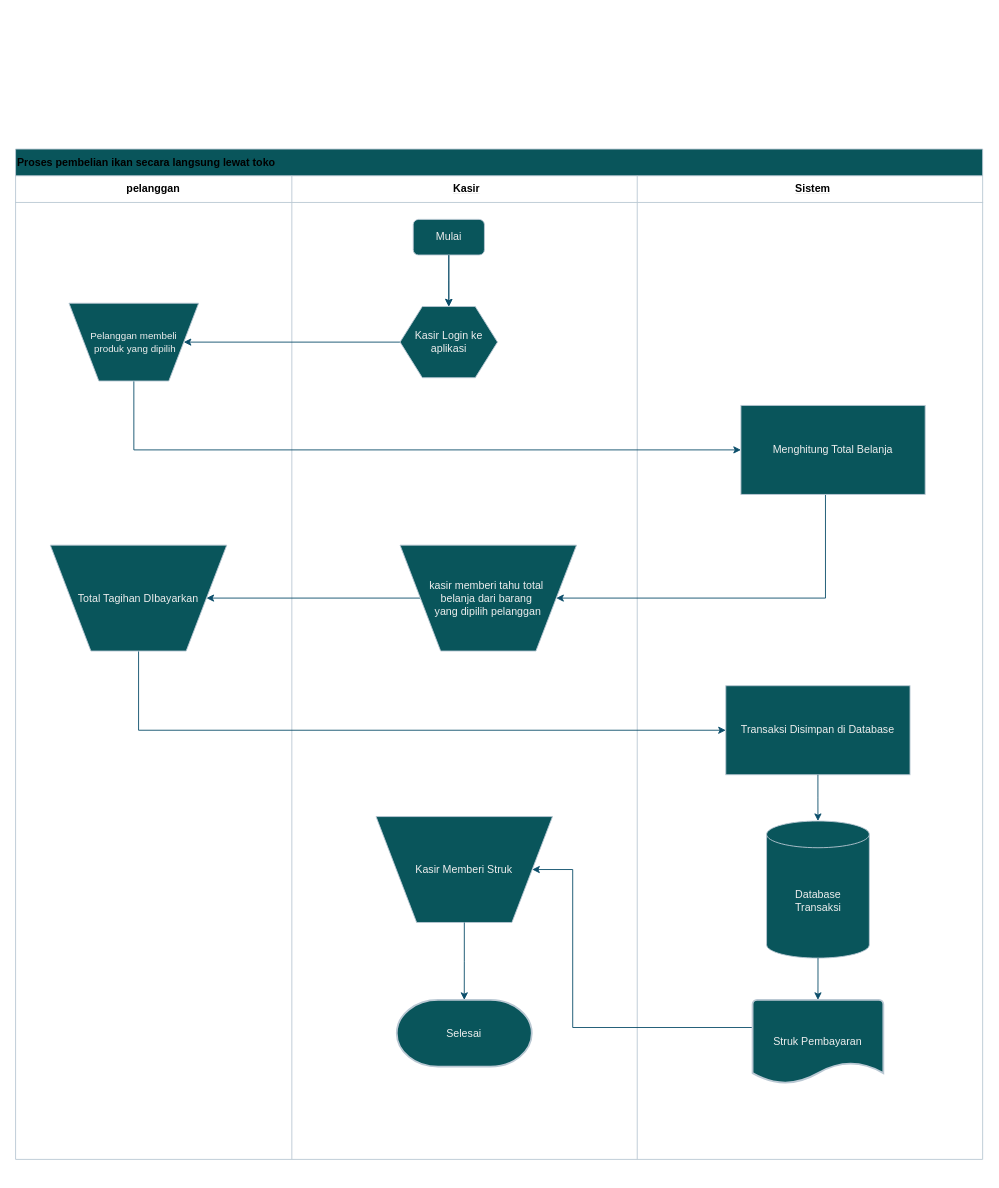
shinoaaa/drawio keeps this draw.io diagram as ikan langsung .drawio. Above is the earlier version. Source tidied: cells renumbered, new cells numbered last; positions are measured from the earlier drawing's top-left corner, leaving out a move shared by most shapes. Both pictures are drawn from the tidied source at 89%, with x=0, y=0 at pixel (15, 149).
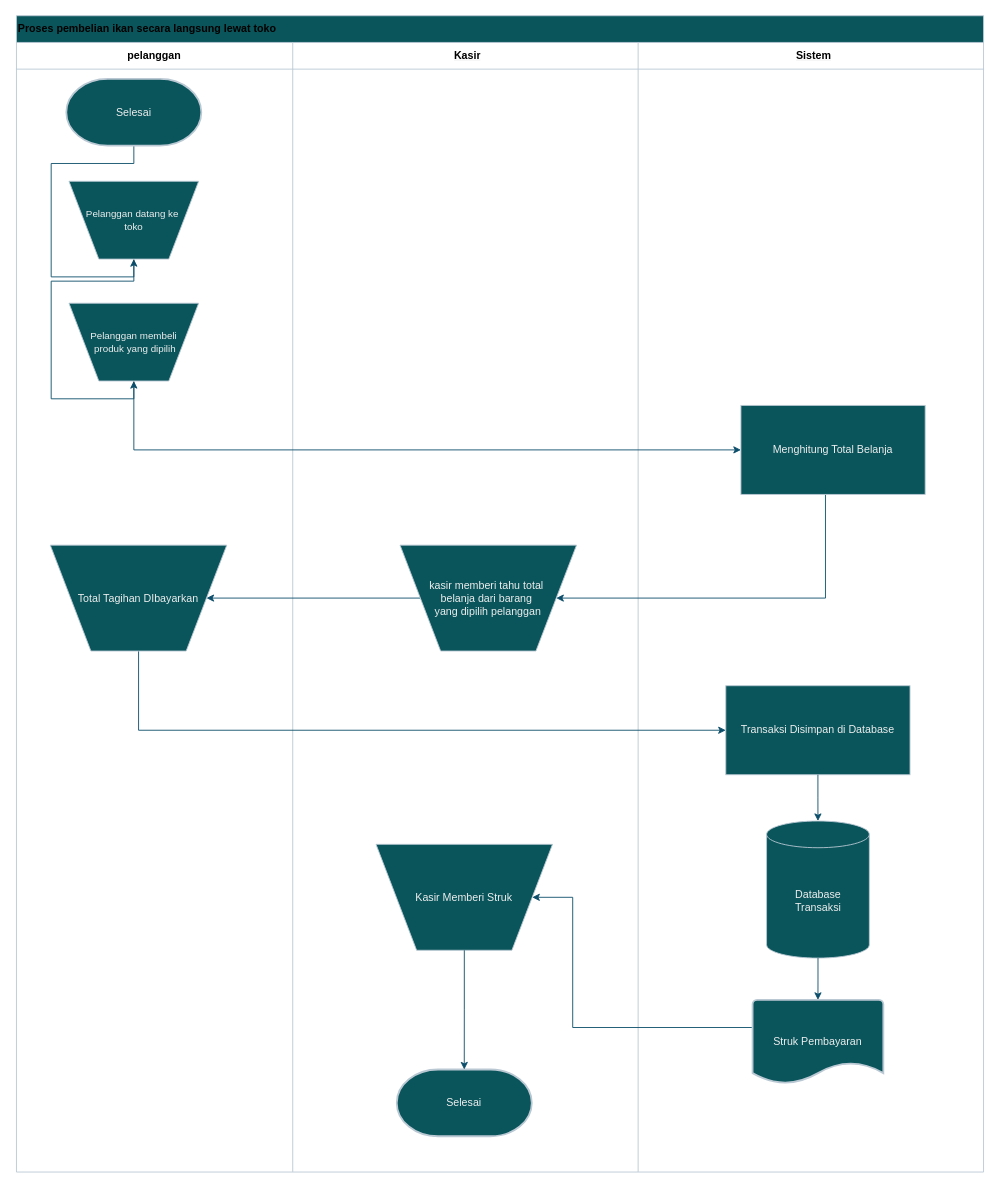
The same diagram, later.

Unchanged cells that the change refers to:
```xml
<mxCell id="3" style="shape=tableRow;horizontal=0;startSize=0;swimlaneHead=0;swimlaneBody=0;fillColor=none;top=0;left=0;right=0;bottom=1;strokeColor=#BAC8D3;labelBackgroundColor=none;fontColor=#EEEEEE;" parent="2" vertex="1">
  <mxGeometry y="30" width="1086.6" height="30" as="geometry" />
</mxCell>
<mxCell id="22" value="Pelanggan membeli&lt;div&gt;&amp;nbsp;produk yang dipilih&lt;/div&gt;" style="verticalLabelPosition=middle;verticalAlign=middle;html=1;shape=trapezoid;perimeter=trapezoidPerimeter;whiteSpace=wrap;size=0.23;arcSize=10;flipV=1;labelPosition=center;align=center;labelBackgroundColor=none;fillColor=#09555B;strokeColor=#BAC8D3;fontColor=#EEEEEE;fontSize=11;" parent="1" vertex="1">
  <mxGeometry x="60" y="173.2" width="145.7" height="87.4" as="geometry" />
</mxCell>
<mxCell id="26" value="Struk Pembayaran" style="strokeWidth=2;html=1;shape=mxgraph.flowchart.document2;whiteSpace=wrap;size=0.25;strokeColor=#BAC8D3;fontColor=#EEEEEE;fillColor=#09555B;labelBackgroundColor=none;" parent="1" vertex="1">
  <mxGeometry x="828.1" y="956" width="146.9" height="94" as="geometry" />
</mxCell>
<mxCell id="29" value="&lt;span style=&quot;font-size: 12px;&quot;&gt;kasir memberi tahu total&amp;nbsp;&lt;/span&gt;&lt;div&gt;&lt;span style=&quot;font-size: 12px;&quot;&gt;belanja dari barang&amp;nbsp;&lt;/span&gt;&lt;/div&gt;&lt;div&gt;&lt;span style=&quot;font-size: 12px;&quot;&gt;yang dipilih pelanggan&lt;/span&gt;&lt;/div&gt;" style="verticalLabelPosition=middle;verticalAlign=middle;html=1;shape=trapezoid;perimeter=trapezoidPerimeter;whiteSpace=wrap;size=0.23;arcSize=10;flipV=1;labelPosition=center;align=center;labelBackgroundColor=none;fillColor=#09555B;strokeColor=#BAC8D3;fontColor=#EEEEEE;fontSize=11;" parent="1" vertex="1">
  <mxGeometry x="432" y="445" width="198.3" height="119" as="geometry" />
</mxCell>
<mxCell id="31" value="Menghitung Total Belanja" style="rounded=0;whiteSpace=wrap;html=1;labelBackgroundColor=none;fillColor=#09555B;strokeColor=#BAC8D3;fontColor=#EEEEEE;" parent="1" vertex="1">
  <mxGeometry x="815" y="288" width="207" height="100" as="geometry" />
</mxCell>
<mxCell id="34" value="Transaksi Disimpan di Database" style="rounded=0;whiteSpace=wrap;html=1;labelBackgroundColor=none;fillColor=#09555B;strokeColor=#BAC8D3;fontColor=#EEEEEE;" parent="1" vertex="1">
  <mxGeometry x="798" y="603" width="207" height="100" as="geometry" />
</mxCell>
<mxCell id="35" value="Database&lt;div&gt;Transaksi&lt;/div&gt;" style="shape=cylinder3;whiteSpace=wrap;html=1;boundedLbl=1;backgroundOutline=1;size=15;labelBackgroundColor=none;fillColor=#09555B;strokeColor=#BAC8D3;fontColor=#EEEEEE;" parent="1" vertex="1">
  <mxGeometry x="843.8" y="755" width="115.5" height="154" as="geometry" />
</mxCell>
```

Diff of the diagram source:
```diff
@@
     <mxCell id="2" value="&lt;font style=&quot;color: light-dark(rgb(0, 0, 0), rgb(252, 252, 252));&quot;&gt;Proses pembelian ikan secara langsung lewat toko&lt;/font&gt;" style="shape=table;startSize=30;childLayout=tableLayout;rowLines=0;fontStyle=1;align=left;html=1;strokeColor=#BAC8D3;labelBackgroundColor=none;fillColor=#09555B;fontColor=#EEEEEE;" parent="1" vertex="1">
-      <mxGeometry width="1086.6" height="1135.2" as="geometry" />
+      <mxGeometry x="1" y="-149.8" width="1086.6" height="1299.2" as="geometry" />
     </mxCell>
@@
-    <mxCell id="6" value="&lt;font style=&quot;color: light-dark(rgb(0, 0, 0), rgb(0, 0, 0));&quot;&gt;Sistem&lt;/font&gt;" style="shape=partialRectangle;fillColor=none;top=0;left=0;bottom=0;right=0;align=center;spacingLeft=6;fontStyle=5;overflow=hidden;whiteSpace=wrap;html=1;labelBackgroundColor=none;strokeColor=light-dark(#BAC8D3,#040405);fontColor=#EEEEEE;" parent="3" vertex="1">
+    <mxCell id="6" value="&lt;font style=&quot;color: light-dark(rgb(0, 0, 0), rgb(0, 0, 0));&quot;&gt;Sistem&lt;/font&gt;" style="shape=partialRectangle;fillColor=none;top=0;left=0;bottom=0;right=0;align=center;spacingLeft=6;fontStyle=5;overflow=hidden;whiteSpace=wrap;html=1;labelBackgroundColor=none;strokeColor=#BAC8D3;fontColor=#EEEEEE;" parent="3" vertex="1">
       <mxGeometry x="698.5" width="388.1" height="30" as="geometry" />
     </mxCell>
     <mxCell id="7" style="shape=tableRow;horizontal=0;startSize=0;swimlaneHead=0;swimlaneBody=0;fillColor=none;top=0;left=0;right=0;bottom=0;labelBackgroundColor=none;strokeColor=#BAC8D3;fontColor=#EEEEEE;" parent="2" vertex="1">
-      <mxGeometry y="60" width="1086.6" height="1075" as="geometry" />
+      <mxGeometry y="60" width="1086.6" height="1239" as="geometry" />
     </mxCell>
     <mxCell id="8" style="shape=partialRectangle;fillColor=none;top=0;left=0;bottom=0;right=0;overflow=hidden;whiteSpace=wrap;html=1;labelBackgroundColor=none;strokeColor=#BAC8D3;fontColor=#EEEEEE;" parent="7" vertex="1">
-      <mxGeometry width="310.4" height="1075" as="geometry" />
+      <mxGeometry width="310.4" height="1239" as="geometry" />
     </mxCell>
     <mxCell id="9" style="shape=partialRectangle;fillColor=none;top=0;left=0;bottom=0;right=0;align=left;spacingLeft=6;overflow=hidden;whiteSpace=wrap;html=1;labelBackgroundColor=none;strokeColor=#BAC8D3;fontColor=#EEEEEE;" parent="7" vertex="1">
-      <mxGeometry x="310.4" width="388.1" height="1075" as="geometry" />
+      <mxGeometry x="310.4" width="388.1" height="1239" as="geometry" />
     </mxCell>
     <mxCell id="10" style="shape=partialRectangle;fillColor=none;top=0;left=0;bottom=0;right=0;align=left;spacingLeft=6;overflow=hidden;whiteSpace=wrap;html=1;labelBackgroundColor=none;strokeColor=#BAC8D3;fontColor=#EEEEEE;" parent="7" vertex="1">
-      <mxGeometry x="698.5" width="388.1" height="1075" as="geometry" />
+      <mxGeometry x="698.5" width="388.1" height="1239" as="geometry" />
     </mxCell>
-    <mxCell id="11" style="edgeStyle=orthogonalEdgeStyle;rounded=0;jettySize=auto;html=1;entryX=0.5;entryY=0;entryDx=0;entryDy=0;fontColor=default;labelBackgroundColor=none;strokeColor=#0B4D6A;" parent="1" edge="1" source="12" target="14">
-      <mxGeometry relative="1" as="geometry" />
-    </mxCell>
-    <mxCell id="12" value="&lt;font&gt;Mulai&lt;/font&gt;" style="rounded=1;whiteSpace=wrap;html=1;fillColor=#09555B;fontColor=#EEEEEE;strokeColor=#BAC8D3;labelBackgroundColor=none;" parent="1" vertex="1">
-      <mxGeometry x="446.8" y="79" width="80" height="40" as="geometry" />
-    </mxCell>
-    <mxCell id="13" style="edgeStyle=orthogonalEdgeStyle;rounded=0;jettySize=auto;html=1;entryX=1;entryY=0.5;entryDx=0;entryDy=0;strokeColor=#0B4D6A;labelBackgroundColor=none;fontColor=default;" parent="1" edge="1" source="14" target="22">
-      <mxGeometry relative="1" as="geometry" />
-    </mxCell>
-    <mxCell id="14" value="&lt;font&gt;Kasir Login ke aplikasi&lt;/font&gt;" style="shape=hexagon;perimeter=hexagonPerimeter2;whiteSpace=wrap;html=1;fixedSize=1;fillColor=#09555B;strokeColor=#BAC8D3;fontColor=#EEEEEE;labelBackgroundColor=none;size=25;" parent="1" vertex="1">
-      <mxGeometry x="432" y="176.9" width="109.5" height="80" as="geometry" />
-    </mxCell>
-    <mxCell id="15" style="edgeStyle=orthogonalEdgeStyle;rounded=0;jettySize=auto;html=1;labelBackgroundColor=none;fontColor=default;strokeColor=#0B4D6A;" parent="1" edge="1" source="12" target="14">
-      <mxGeometry relative="1" as="geometry" />
-    </mxCell>
     <mxCell id="16" style="edgeStyle=orthogonalEdgeStyle;rounded=0;orthogonalLoop=1;jettySize=auto;html=1;entryX=0.5;entryY=0;entryDx=0;entryDy=0;strokeColor=#0B4D6A;labelBackgroundColor=none;fontColor=default;" parent="1" edge="1">
       <mxGeometry relative="1" as="geometry">
-        <mxPoint x="261" y="309" as="targetPoint" />
+        <mxPoint x="261" y="159.2" as="targetPoint" />
       </mxGeometry>
     </mxCell>
     <mxCell id="17" style="edgeStyle=orthogonalEdgeStyle;rounded=0;orthogonalLoop=1;jettySize=auto;html=1;strokeColor=#0B4D6A;labelBackgroundColor=none;fontColor=default;entryX=0.5;entryY=0;entryDx=0;entryDy=0;" parent="1" edge="1">
       <mxGeometry relative="1" as="geometry">
-        <mxPoint x="442.8" y="534" as="sourcePoint" />
+        <mxPoint x="442.8" y="384.2" as="sourcePoint" />
       </mxGeometry>
     </mxCell>
@@
     <mxCell id="20" style="edgeStyle=orthogonalEdgeStyle;rounded=0;orthogonalLoop=1;jettySize=auto;html=1;entryX=0;entryY=0.5;entryDx=0;entryDy=0;strokeColor=#0B4D6A;labelBackgroundColor=none;fontColor=default;" parent="1" edge="1">
       <mxGeometry relative="1" as="geometry">
-        <mxPoint x="392.8" y="670" as="targetPoint" />
+        <mxPoint x="392.8" y="520.2" as="targetPoint" />
       </mxGeometry>
     </mxCell>
@@
     <mxCell id="23" style="edgeStyle=orthogonalEdgeStyle;rounded=0;orthogonalLoop=1;jettySize=auto;html=1;entryX=0;entryY=0.5;entryDx=0;entryDy=0;strokeColor=#0B4D6A;labelBackgroundColor=none;fontColor=default;" parent="1" edge="1">
       <mxGeometry relative="1" as="geometry">
-        <mxPoint x="511.2" y="651.5" as="sourcePoint" />
+        <mxPoint x="511.2" y="501.7" as="sourcePoint" />
       </mxGeometry>
     </mxCell>
     <mxCell id="24" style="edgeStyle=orthogonalEdgeStyle;rounded=0;orthogonalLoop=1;jettySize=auto;html=1;entryX=0.5;entryY=0;entryDx=0;entryDy=0;labelBackgroundColor=none;strokeColor=#0B4D6A;fontColor=default;" parent="1" edge="1">
       <mxGeometry relative="1" as="geometry">
-        <mxPoint x="442.8" y="720" as="sourcePoint" />
+        <mxPoint x="442.8" y="570.2" as="sourcePoint" />
       </mxGeometry>
     </mxCell>
-    <mxCell id="25" style="edgeStyle=orthogonalEdgeStyle;rounded=0;jettySize=auto;html=1;entryX=1;entryY=0.5;entryDx=0;entryDy=0;strokeColor=#0B4D6A;" parent="1" edge="1" source="26" target="36">
+    <mxCell id="25" style="edgeStyle=orthogonalEdgeStyle;rounded=0;jettySize=auto;html=1;entryX=1;entryY=0.5;entryDx=0;entryDy=0;strokeColor=#0B4D6A;labelBackgroundColor=none;fontColor=default;" parent="1" edge="1" source="26" target="36">
       <mxGeometry relative="1" as="geometry">
         <Array as="points">
           <mxPoint x="626" y="987" />
         </Array>
       </mxGeometry>
     </mxCell>
@@
     <mxCell id="27" value="Selesai" style="strokeWidth=2;html=1;shape=mxgraph.flowchart.terminator;whiteSpace=wrap;strokeColor=#BAC8D3;fontColor=#EEEEEE;fillColor=#09555B;labelBackgroundColor=none;" parent="1" vertex="1">
-      <mxGeometry x="428.3" y="956" width="151.7" height="75" as="geometry" />
+      <mxGeometry x="428.3" y="1034.2" width="151.7" height="75" as="geometry" />
     </mxCell>
@@
-    <mxCell id="30" style="edgeStyle=orthogonalEdgeStyle;rounded=0;jettySize=auto;html=1;entryX=1;entryY=0.5;entryDx=0;entryDy=0;strokeColor=#0B4D6A;" parent="1" edge="1" source="31" target="29">
+    <mxCell id="30" style="edgeStyle=orthogonalEdgeStyle;rounded=0;jettySize=auto;html=1;entryX=1;entryY=0.5;entryDx=0;entryDy=0;strokeColor=#0B4D6A;labelBackgroundColor=none;fontColor=default;" parent="1" edge="1" source="31" target="29">
       <mxGeometry relative="1" as="geometry">
         <Array as="points">
           <mxPoint x="910" y="505" />
         </Array>
       </mxGeometry>
     </mxCell>
@@
     <mxCell id="36" value="&lt;span style=&quot;font-size: 12px;&quot;&gt;Kasir Memberi Struk&lt;/span&gt;" style="verticalLabelPosition=middle;verticalAlign=middle;html=1;shape=trapezoid;perimeter=trapezoidPerimeter;whiteSpace=wrap;size=0.23;arcSize=10;flipV=1;labelPosition=center;align=center;labelBackgroundColor=none;fillColor=#09555B;strokeColor=#BAC8D3;fontColor=#EEEEEE;fontSize=11;" parent="1" vertex="1">
-      <mxGeometry x="405" y="750" width="198.3" height="119" as="geometry" />
+      <mxGeometry x="405" y="781.2" width="198.3" height="119" as="geometry" />
     </mxCell>
-    <mxCell id="37" style="edgeStyle=orthogonalEdgeStyle;rounded=0;jettySize=auto;html=1;entryX=0.5;entryY=0;entryDx=0;entryDy=0;entryPerimeter=0;strokeColor=#0B4D6A;" parent="1" edge="1" source="34" target="35">
+    <mxCell id="37" style="edgeStyle=orthogonalEdgeStyle;rounded=0;jettySize=auto;html=1;entryX=0.5;entryY=0;entryDx=0;entryDy=0;entryPerimeter=0;strokeColor=#0B4D6A;labelBackgroundColor=none;fontColor=default;" parent="1" edge="1" source="34" target="35">
       <mxGeometry relative="1" as="geometry" />
     </mxCell>
-    <mxCell id="38" style="edgeStyle=orthogonalEdgeStyle;rounded=0;jettySize=auto;html=1;entryX=0.5;entryY=0;entryDx=0;entryDy=0;entryPerimeter=0;strokeColor=#0B4D6A;" parent="1" edge="1" source="35" target="26">
+    <mxCell id="38" style="edgeStyle=orthogonalEdgeStyle;rounded=0;jettySize=auto;html=1;entryX=0.5;entryY=0;entryDx=0;entryDy=0;entryPerimeter=0;strokeColor=#0B4D6A;labelBackgroundColor=none;fontColor=default;" parent="1" edge="1" source="35" target="26">
       <mxGeometry relative="1" as="geometry" />
     </mxCell>
-    <mxCell id="39" style="edgeStyle=orthogonalEdgeStyle;rounded=0;jettySize=auto;html=1;entryX=0.5;entryY=0;entryDx=0;entryDy=0;entryPerimeter=0;strokeColor=#0B4D6A;" parent="1" edge="1" source="36" target="27">
+    <mxCell id="39" style="edgeStyle=orthogonalEdgeStyle;rounded=0;jettySize=auto;html=1;entryX=0.5;entryY=0;entryDx=0;entryDy=0;entryPerimeter=0;strokeColor=#0B4D6A;labelBackgroundColor=none;fontColor=default;" parent="1" edge="1" source="36" target="27">
       <mxGeometry relative="1" as="geometry" />
     </mxCell>
+    <mxCell id="40" style="edgeStyle=orthogonalEdgeStyle;rounded=0;jettySize=auto;html=1;entryX=0.5;entryY=1;entryDx=0;entryDy=0;strokeColor=#0B4D6A;" parent="1" edge="1" source="41" target="43">
+      <mxGeometry relative="1" as="geometry" />
+    </mxCell>
+    <mxCell id="41" value="Selesai" style="strokeWidth=2;html=1;shape=mxgraph.flowchart.terminator;whiteSpace=wrap;strokeColor=#BAC8D3;fontColor=#EEEEEE;fillColor=#09555B;labelBackgroundColor=none;" parent="1" vertex="1">
+      <mxGeometry x="57" y="-78.8" width="151.7" height="75" as="geometry" />
+    </mxCell>
+    <mxCell id="42" style="edgeStyle=orthogonalEdgeStyle;rounded=0;jettySize=auto;html=1;entryX=0.5;entryY=1;entryDx=0;entryDy=0;strokeColor=#0B4D6A;" parent="1" edge="1" source="43" target="22">
+      <mxGeometry relative="1" as="geometry" />
+    </mxCell>
+    <mxCell id="43" value="Pelanggan datang ke&amp;nbsp;&lt;div&gt;toko&lt;/div&gt;" style="verticalLabelPosition=middle;verticalAlign=middle;html=1;shape=trapezoid;perimeter=trapezoidPerimeter;whiteSpace=wrap;size=0.23;arcSize=10;flipV=1;labelPosition=center;align=center;labelBackgroundColor=none;fillColor=#09555B;strokeColor=#BAC8D3;fontColor=#EEEEEE;fontSize=11;" parent="1" vertex="1">
+      <mxGeometry x="60" y="36.2" width="145.7" height="87.4" as="geometry" />
+    </mxCell>
```
